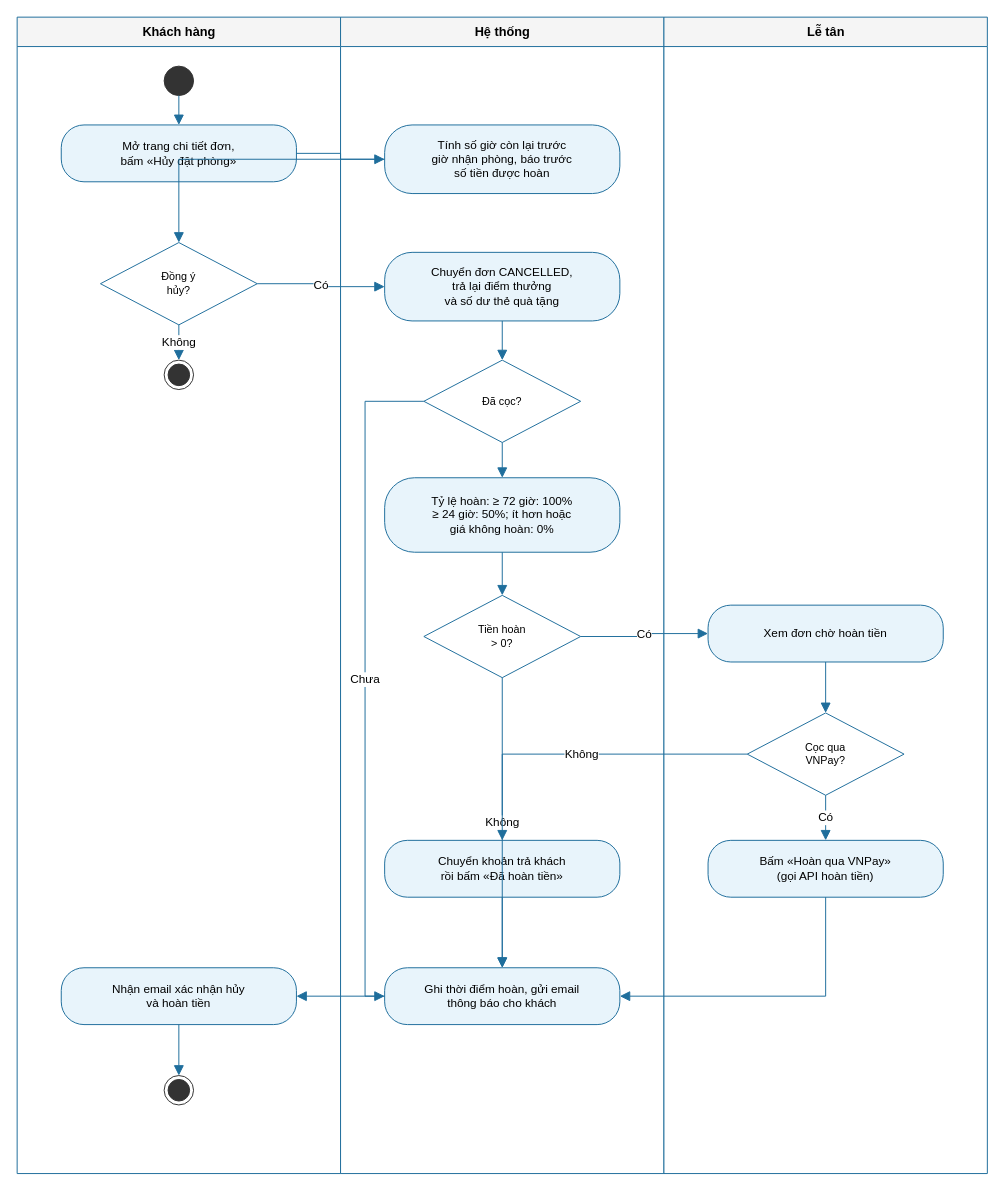
This is docs/thiet-ke/hd-huy-don-hoan-coc.drawio from ngynquchn2511/beach-hotel, a draw.io file, before an edit. Source tidied: cells renumbered, new cells numbered last; positions are measured from the earlier drawing's top-left corner, leaving out a move shared by most shapes. Both pictures are drawn from the tidied source at 98%, with x=0, y=0 at pixel (17, 17).
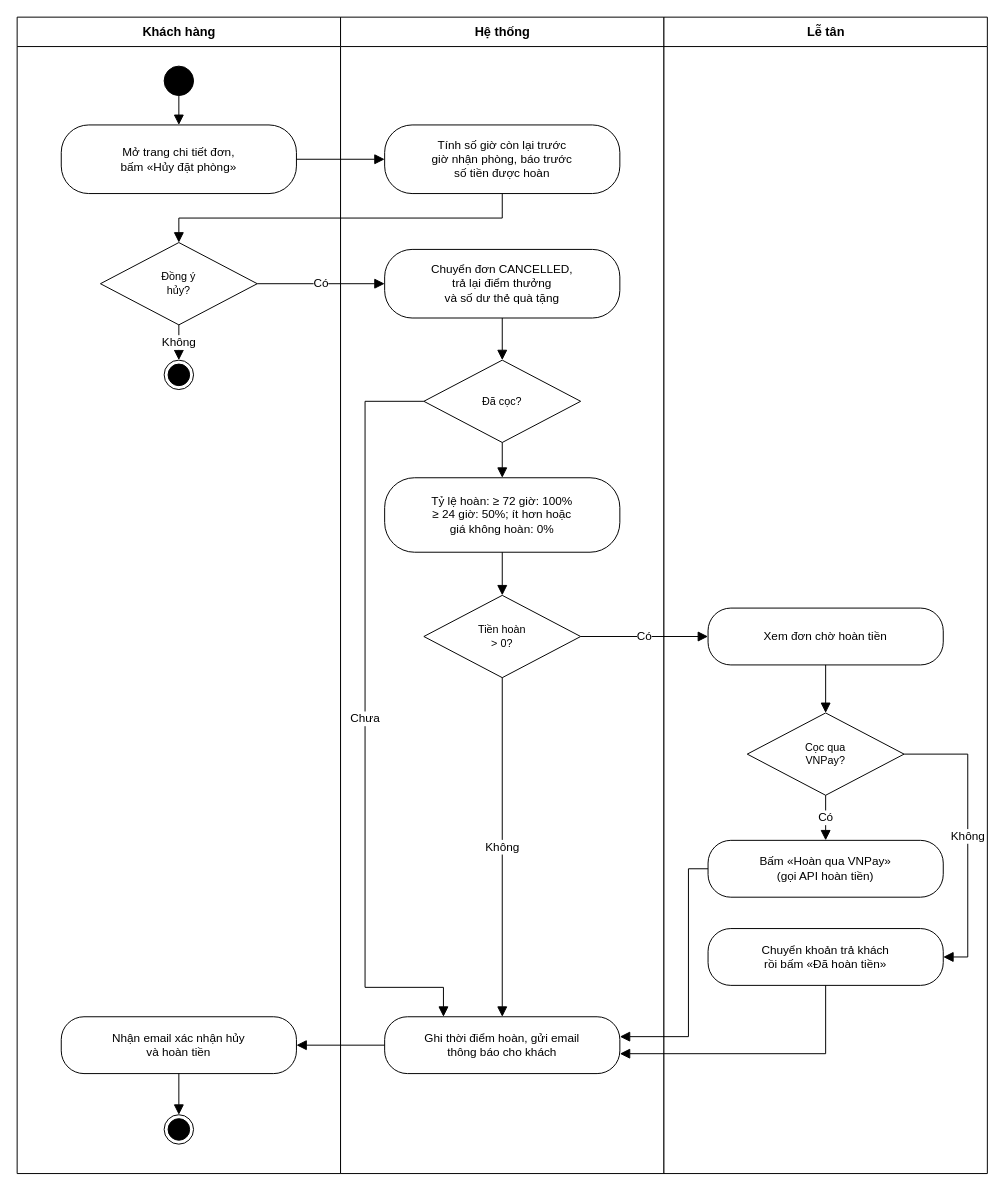
The same page after the edit.

What changed in the source:
```diff
@@
-    <mxCell id="2" value="Khách hàng" style="swimlane;horizontal=1;startSize=30;html=1;fillColor=#F5F5F5;strokeColor=#1F6E9C;fontSize=13;fontStyle=1;swimlaneFillColor=#FFFFFF;" parent="1" vertex="1">
+    <mxCell id="2" value="Khách hàng" style="swimlane;horizontal=1;startSize=30;html=1;fillColor=#FFFFFF;strokeColor=#000000;fontSize=13;fontStyle=1;swimlaneFillColor=#FFFFFF;" parent="1" vertex="1">
       <mxGeometry width="330" height="1180" as="geometry" />
     </mxCell>
-    <mxCell id="3" value="Hệ thống" style="swimlane;horizontal=1;startSize=30;html=1;fillColor=#F5F5F5;strokeColor=#1F6E9C;fontSize=13;fontStyle=1;swimlaneFillColor=#FFFFFF;" parent="1" vertex="1">
+    <mxCell id="3" value="Hệ thống" style="swimlane;horizontal=1;startSize=30;html=1;fillColor=#FFFFFF;strokeColor=#000000;fontSize=13;fontStyle=1;swimlaneFillColor=#FFFFFF;" parent="1" vertex="1">
       <mxGeometry x="330" width="330" height="1180" as="geometry" />
     </mxCell>
-    <mxCell id="4" value="Lễ tân" style="swimlane;horizontal=1;startSize=30;html=1;fillColor=#F5F5F5;strokeColor=#1F6E9C;fontSize=13;fontStyle=1;swimlaneFillColor=#FFFFFF;" parent="1" vertex="1">
+    <mxCell id="4" value="Lễ tân" style="swimlane;horizontal=1;startSize=30;html=1;fillColor=#FFFFFF;strokeColor=#000000;fontSize=13;fontStyle=1;swimlaneFillColor=#FFFFFF;" parent="1" vertex="1">
       <mxGeometry x="660" width="330" height="1180" as="geometry" />
     </mxCell>
-    <mxCell id="5" style="ellipse;html=1;fillColor=#333333;strokeColor=#333333;" parent="1" vertex="1">
+    <mxCell id="5" style="ellipse;html=1;fillColor=#000000;strokeColor=#000000;" parent="1" vertex="1">
       <mxGeometry x="150" y="50" width="30" height="30" as="geometry" />
     </mxCell>
-    <mxCell id="6" value="Mở trang chi tiết đơn,&lt;br&gt;bấm «Hủy đặt phòng»" style="rounded=1;whiteSpace=wrap;html=1;arcSize=40;fillColor=#E8F4FB;strokeColor=#1F6E9C;fontSize=12;" parent="1" vertex="1">
-      <mxGeometry x="45" y="110" width="240" height="58" as="geometry" />
+    <mxCell id="6" value="Mở trang chi tiết đơn,&lt;br&gt;bấm «Hủy đặt phòng»" style="rounded=1;whiteSpace=wrap;html=1;arcSize=40;fillColor=#FFFFFF;strokeColor=#000000;fontSize=12;" parent="1" vertex="1">
+      <mxGeometry x="45" y="110" width="240" height="70" as="geometry" />
     </mxCell>
-    <mxCell id="7" value="Tính số giờ còn lại trước&lt;br&gt;giờ nhận phòng, báo trước&lt;br&gt;số tiền được hoàn" style="rounded=1;whiteSpace=wrap;html=1;arcSize=40;fillColor=#E8F4FB;strokeColor=#1F6E9C;fontSize=12;" parent="1" vertex="1">
+    <mxCell id="7" value="Tính số giờ còn lại trước&lt;br&gt;giờ nhận phòng, báo trước&lt;br&gt;số tiền được hoàn" style="rounded=1;whiteSpace=wrap;html=1;arcSize=40;fillColor=#FFFFFF;strokeColor=#000000;fontSize=12;" parent="1" vertex="1">
       <mxGeometry x="375" y="110" width="240" height="70" as="geometry" />
     </mxCell>
-    <mxCell id="8" value="Đồng ý&lt;br&gt;hủy?" style="rhombus;whiteSpace=wrap;html=1;fillColor=#FFFFFF;strokeColor=#1F6E9C;fontSize=11;" parent="1" vertex="1">
+    <mxCell id="8" value="Đồng ý&lt;br&gt;hủy?" style="rhombus;whiteSpace=wrap;html=1;fillColor=#FFFFFF;strokeColor=#000000;fontSize=11;" parent="1" vertex="1">
       <mxGeometry x="85" y="230" width="160" height="84" as="geometry" />
     </mxCell>
-    <mxCell id="9" style="ellipse;html=1;shape=endState;fillColor=#333333;strokeColor=#333333;" parent="1" vertex="1">
+    <mxCell id="9" style="ellipse;html=1;shape=endState;fillColor=#000000;strokeColor=#000000;" parent="1" vertex="1">
       <mxGeometry x="150" y="350" width="30" height="30" as="geometry" />
     </mxCell>
-    <mxCell id="10" value="Chuyển đơn CANCELLED,&lt;br&gt;trả lại điểm thưởng&lt;br&gt;và số dư thẻ quà tặng" style="rounded=1;whiteSpace=wrap;html=1;arcSize=40;fillColor=#E8F4FB;strokeColor=#1F6E9C;fontSize=12;" parent="1" vertex="1">
-      <mxGeometry x="375" y="240" width="240" height="70" as="geometry" />
+    <mxCell id="10" value="Chuyển đơn CANCELLED,&lt;br&gt;trả lại điểm thưởng&lt;br&gt;và số dư thẻ quà tặng" style="rounded=1;whiteSpace=wrap;html=1;arcSize=40;fillColor=#FFFFFF;strokeColor=#000000;fontSize=12;" parent="1" vertex="1">
+      <mxGeometry x="375" y="237" width="240" height="70" as="geometry" />
     </mxCell>
-    <mxCell id="11" value="Đã cọc?" style="rhombus;whiteSpace=wrap;html=1;fillColor=#FFFFFF;strokeColor=#1F6E9C;fontSize=11;" parent="1" vertex="1">
+    <mxCell id="11" value="Đã cọc?" style="rhombus;whiteSpace=wrap;html=1;fillColor=#FFFFFF;strokeColor=#000000;fontSize=11;" parent="1" vertex="1">
       <mxGeometry x="415" y="350" width="160" height="84" as="geometry" />
     </mxCell>
-    <mxCell id="12" value="Tỷ lệ hoàn: ≥ 72 giờ: 100%&lt;br&gt;≥ 24 giờ: 50%; ít hơn hoặc&lt;br&gt;giá không hoàn: 0%" style="rounded=1;whiteSpace=wrap;html=1;arcSize=40;fillColor=#E8F4FB;strokeColor=#1F6E9C;fontSize=12;" parent="1" vertex="1">
+    <mxCell id="12" value="Tỷ lệ hoàn: ≥ 72 giờ: 100%&lt;br&gt;≥ 24 giờ: 50%; ít hơn hoặc&lt;br&gt;giá không hoàn: 0%" style="rounded=1;whiteSpace=wrap;html=1;arcSize=40;fillColor=#FFFFFF;strokeColor=#000000;fontSize=12;" parent="1" vertex="1">
       <mxGeometry x="375" y="470" width="240" height="76" as="geometry" />
     </mxCell>
-    <mxCell id="13" value="Tiền hoàn&lt;br&gt;&gt; 0?" style="rhombus;whiteSpace=wrap;html=1;fillColor=#FFFFFF;strokeColor=#1F6E9C;fontSize=11;" parent="1" vertex="1">
+    <mxCell id="13" value="Tiền hoàn&lt;br&gt;&gt; 0?" style="rhombus;whiteSpace=wrap;html=1;fillColor=#FFFFFF;strokeColor=#000000;fontSize=11;" parent="1" vertex="1">
       <mxGeometry x="415" y="590" width="160" height="84" as="geometry" />
     </mxCell>
-    <mxCell id="14" value="Xem đơn chờ hoàn tiền" style="rounded=1;whiteSpace=wrap;html=1;arcSize=40;fillColor=#E8F4FB;strokeColor=#1F6E9C;fontSize=12;" parent="1" vertex="1">
-      <mxGeometry x="705" y="600" width="240" height="58" as="geometry" />
+    <mxCell id="14" value="Xem đơn chờ hoàn tiền" style="rounded=1;whiteSpace=wrap;html=1;arcSize=40;fillColor=#FFFFFF;strokeColor=#000000;fontSize=12;" parent="1" vertex="1">
+      <mxGeometry x="705" y="603" width="240" height="58" as="geometry" />
     </mxCell>
-    <mxCell id="15" value="Cọc qua&lt;br&gt;VNPay?" style="rhombus;whiteSpace=wrap;html=1;fillColor=#FFFFFF;strokeColor=#1F6E9C;fontSize=11;" parent="1" vertex="1">
+    <mxCell id="15" value="Cọc qua&lt;br&gt;VNPay?" style="rhombus;whiteSpace=wrap;html=1;fillColor=#FFFFFF;strokeColor=#000000;fontSize=11;" parent="1" vertex="1">
       <mxGeometry x="745" y="710" width="160" height="84" as="geometry" />
     </mxCell>
-    <mxCell id="16" value="Bấm «Hoàn qua VNPay»&lt;br&gt;(gọi API hoàn tiền)" style="rounded=1;whiteSpace=wrap;html=1;arcSize=40;fillColor=#E8F4FB;strokeColor=#1F6E9C;fontSize=12;" parent="1" vertex="1">
+    <mxCell id="16" value="Bấm «Hoàn qua VNPay»&lt;br&gt;(gọi API hoàn tiền)" style="rounded=1;whiteSpace=wrap;html=1;arcSize=40;fillColor=#FFFFFF;strokeColor=#000000;fontSize=12;" parent="1" vertex="1">
       <mxGeometry x="705" y="840" width="240" height="58" as="geometry" />
     </mxCell>
-    <mxCell id="17" value="Chuyển khoản trả khách&lt;br&gt;rồi bấm «Đã hoàn tiền»" style="rounded=1;whiteSpace=wrap;html=1;arcSize=40;fillColor=#E8F4FB;strokeColor=#1F6E9C;fontSize=12;" parent="1" vertex="1">
-      <mxGeometry x="375" y="840" width="240" height="58" as="geometry" />
+    <mxCell id="17" value="Chuyển khoản trả khách&lt;br&gt;rồi bấm «Đã hoàn tiền»" style="rounded=1;whiteSpace=wrap;html=1;arcSize=40;fillColor=#FFFFFF;strokeColor=#000000;fontSize=12;" parent="1" vertex="1">
+      <mxGeometry x="705" y="930" width="240" height="58" as="geometry" />
     </mxCell>
-    <mxCell id="18" value="Ghi thời điểm hoàn, gửi email&lt;br&gt;thông báo cho khách" style="rounded=1;whiteSpace=wrap;html=1;arcSize=40;fillColor=#E8F4FB;strokeColor=#1F6E9C;fontSize=12;" parent="1" vertex="1">
-      <mxGeometry x="375" y="970" width="240" height="58" as="geometry" />
+    <mxCell id="18" value="Ghi thời điểm hoàn, gửi email&lt;br&gt;thông báo cho khách" style="rounded=1;whiteSpace=wrap;html=1;arcSize=40;fillColor=#FFFFFF;strokeColor=#000000;fontSize=12;" parent="1" vertex="1">
+      <mxGeometry x="375" y="1020" width="240" height="58" as="geometry" />
     </mxCell>
-    <mxCell id="19" value="Nhận email xác nhận hủy&lt;br&gt;và hoàn tiền" style="rounded=1;whiteSpace=wrap;html=1;arcSize=40;fillColor=#E8F4FB;strokeColor=#1F6E9C;fontSize=12;" parent="1" vertex="1">
-      <mxGeometry x="45" y="970" width="240" height="58" as="geometry" />
+    <mxCell id="19" value="Nhận email xác nhận hủy&lt;br&gt;và hoàn tiền" style="rounded=1;whiteSpace=wrap;html=1;arcSize=40;fillColor=#FFFFFF;strokeColor=#000000;fontSize=12;" parent="1" vertex="1">
+      <mxGeometry x="45" y="1020" width="240" height="58" as="geometry" />
     </mxCell>
-    <mxCell id="20" style="ellipse;html=1;shape=endState;fillColor=#333333;strokeColor=#333333;" parent="1" vertex="1">
-      <mxGeometry x="150" y="1080" width="30" height="30" as="geometry" />
+    <mxCell id="20" style="ellipse;html=1;shape=endState;fillColor=#000000;strokeColor=#000000;" parent="1" vertex="1">
+      <mxGeometry x="150" y="1120" width="30" height="30" as="geometry" />
     </mxCell>
-    <mxCell id="21" style="edgeStyle=orthogonalEdgeStyle;rounded=0;html=1;endArrow=block;endFill=1;endSize=8;strokeColor=#1F6E9C;fontSize=12;labelBackgroundColor=#FFFFFF;" parent="1" edge="1" source="5" target="6">
+    <mxCell id="21" style="edgeStyle=orthogonalEdgeStyle;rounded=0;html=1;endArrow=block;endFill=1;endSize=8;strokeColor=#000000;fontSize=12;labelBackgroundColor=#FFFFFF;" parent="1" edge="1" source="5" target="6">
       <mxGeometry relative="1" as="geometry" />
     </mxCell>
-    <mxCell id="22" style="edgeStyle=orthogonalEdgeStyle;rounded=0;html=1;endArrow=block;endFill=1;endSize=8;strokeColor=#1F6E9C;fontSize=12;labelBackgroundColor=#FFFFFF;" parent="1" edge="1" source="6" target="7">
+    <mxCell id="22" style="edgeStyle=orthogonalEdgeStyle;rounded=0;html=1;endArrow=block;endFill=1;endSize=8;strokeColor=#000000;fontSize=12;labelBackgroundColor=#FFFFFF;" parent="1" edge="1" source="6" target="7">
       <mxGeometry relative="1" as="geometry" />
     </mxCell>
-    <mxCell id="23" style="edgeStyle=orthogonalEdgeStyle;rounded=0;html=1;endArrow=block;endFill=1;endSize=8;strokeColor=#1F6E9C;fontSize=12;labelBackgroundColor=#FFFFFF;" parent="1" edge="1" source="7" target="8">
-      <mxGeometry relative="1" as="geometry" />
+    <mxCell id="23" style="edgeStyle=orthogonalEdgeStyle;rounded=0;html=1;endArrow=block;endFill=1;endSize=8;strokeColor=#000000;fontSize=12;labelBackgroundColor=#FFFFFF;exitX=0.5;exitY=1;entryX=0.5;entryY=0;" parent="1" edge="1" source="7" target="8">
+      <mxGeometry relative="1" as="geometry">
+        <Array as="points">
+          <mxPoint x="495" y="205" />
+          <mxPoint x="165" y="205" />
+        </Array>
+      </mxGeometry>
     </mxCell>
-    <mxCell id="24" style="edgeStyle=orthogonalEdgeStyle;rounded=0;html=1;endArrow=block;endFill=1;endSize=8;strokeColor=#1F6E9C;fontSize=12;labelBackgroundColor=#FFFFFF;" parent="1" edge="1" source="11" target="12">
+    <mxCell id="24" style="edgeStyle=orthogonalEdgeStyle;rounded=0;html=1;endArrow=block;endFill=1;endSize=8;strokeColor=#000000;fontSize=12;labelBackgroundColor=#FFFFFF;" parent="1" edge="1" source="11" target="12">
       <mxGeometry relative="1" as="geometry" />
     </mxCell>
-    <mxCell id="25" style="edgeStyle=orthogonalEdgeStyle;rounded=0;html=1;endArrow=block;endFill=1;endSize=8;strokeColor=#1F6E9C;fontSize=12;labelBackgroundColor=#FFFFFF;" parent="1" edge="1" source="12" target="13">
+    <mxCell id="25" style="edgeStyle=orthogonalEdgeStyle;rounded=0;html=1;endArrow=block;endFill=1;endSize=8;strokeColor=#000000;fontSize=12;labelBackgroundColor=#FFFFFF;" parent="1" edge="1" source="12" target="13">
       <mxGeometry relative="1" as="geometry" />
     </mxCell>
-    <mxCell id="26" style="edgeStyle=orthogonalEdgeStyle;rounded=0;html=1;endArrow=block;endFill=1;endSize=8;strokeColor=#1F6E9C;fontSize=12;labelBackgroundColor=#FFFFFF;" parent="1" edge="1" source="14" target="15">
+    <mxCell id="26" style="edgeStyle=orthogonalEdgeStyle;rounded=0;html=1;endArrow=block;endFill=1;endSize=8;strokeColor=#000000;fontSize=12;labelBackgroundColor=#FFFFFF;" parent="1" edge="1" source="14" target="15">
       <mxGeometry relative="1" as="geometry" />
     </mxCell>
-    <mxCell id="27" style="edgeStyle=orthogonalEdgeStyle;rounded=0;html=1;endArrow=block;endFill=1;endSize=8;strokeColor=#1F6E9C;fontSize=12;labelBackgroundColor=#FFFFFF;" parent="1" edge="1" source="18" target="19">
+    <mxCell id="27" style="edgeStyle=orthogonalEdgeStyle;rounded=0;html=1;endArrow=block;endFill=1;endSize=8;strokeColor=#000000;fontSize=12;labelBackgroundColor=#FFFFFF;exitX=0;exitY=0.5;entryX=1;entryY=0.5;" parent="1" edge="1" source="18" target="19">
       <mxGeometry relative="1" as="geometry" />
     </mxCell>
-    <mxCell id="28" style="edgeStyle=orthogonalEdgeStyle;rounded=0;html=1;endArrow=block;endFill=1;endSize=8;strokeColor=#1F6E9C;fontSize=12;labelBackgroundColor=#FFFFFF;" parent="1" edge="1" source="19" target="20">
+    <mxCell id="28" style="edgeStyle=orthogonalEdgeStyle;rounded=0;html=1;endArrow=block;endFill=1;endSize=8;strokeColor=#000000;fontSize=12;labelBackgroundColor=#FFFFFF;" parent="1" edge="1" source="19" target="20">
       <mxGeometry relative="1" as="geometry" />
     </mxCell>
-    <mxCell id="29" value="Không" style="edgeStyle=orthogonalEdgeStyle;rounded=0;html=1;endArrow=block;endFill=1;endSize=8;strokeColor=#1F6E9C;fontSize=12;labelBackgroundColor=#FFFFFF;" parent="1" edge="1" source="8" target="9">
+    <mxCell id="29" value="Không" style="edgeStyle=orthogonalEdgeStyle;rounded=0;html=1;endArrow=block;endFill=1;endSize=8;strokeColor=#000000;fontSize=12;labelBackgroundColor=#FFFFFF;" parent="1" edge="1" source="8" target="9">
       <mxGeometry relative="1" as="geometry" />
     </mxCell>
-    <mxCell id="30" value="Có" style="edgeStyle=orthogonalEdgeStyle;rounded=0;html=1;endArrow=block;endFill=1;endSize=8;strokeColor=#1F6E9C;fontSize=12;labelBackgroundColor=#FFFFFF;" parent="1" edge="1" source="8" target="10">
+    <mxCell id="30" value="Có" style="edgeStyle=orthogonalEdgeStyle;rounded=0;html=1;endArrow=block;endFill=1;endSize=8;strokeColor=#000000;fontSize=12;labelBackgroundColor=#FFFFFF;exitX=1;exitY=0.5;entryX=0;entryY=0.5;" parent="1" edge="1" source="8" target="10">
       <mxGeometry relative="1" as="geometry" />
     </mxCell>
-    <mxCell id="31" style="edgeStyle=orthogonalEdgeStyle;rounded=0;html=1;endArrow=block;endFill=1;endSize=8;strokeColor=#1F6E9C;fontSize=12;labelBackgroundColor=#FFFFFF;" parent="1" edge="1" source="10" target="11">
+    <mxCell id="31" style="edgeStyle=orthogonalEdgeStyle;rounded=0;html=1;endArrow=block;endFill=1;endSize=8;strokeColor=#000000;fontSize=12;labelBackgroundColor=#FFFFFF;" parent="1" edge="1" source="10" target="11">
       <mxGeometry relative="1" as="geometry" />
     </mxCell>
-    <mxCell id="32" value="Chưa" style="edgeStyle=orthogonalEdgeStyle;rounded=0;html=1;endArrow=block;endFill=1;endSize=8;strokeColor=#1F6E9C;fontSize=12;labelBackgroundColor=#FFFFFF;exitX=0;exitY=0.5;exitDx=0;exitDy=0;entryX=0;entryY=0.5;entryDx=0;entryDy=0;" parent="1" edge="1" source="11" target="18">
+    <mxCell id="32" value="Chưa" style="edgeStyle=orthogonalEdgeStyle;rounded=0;html=1;endArrow=block;endFill=1;endSize=8;strokeColor=#000000;fontSize=12;labelBackgroundColor=#FFFFFF;exitX=0;exitY=0.5;exitDx=0;exitDy=0;entryX=0.25;entryY=0;entryDx=0;entryDy=0;" parent="1" edge="1" source="11" target="18">
       <mxGeometry relative="1" as="geometry">
         <Array as="points">
           <mxPoint x="355" y="392" />
-          <mxPoint x="355" y="999" />
+          <mxPoint x="355" y="990" />
+          <mxPoint x="435" y="990" />
         </Array>
       </mxGeometry>
     </mxCell>
-    <mxCell id="33" value="Có" style="edgeStyle=orthogonalEdgeStyle;rounded=0;html=1;endArrow=block;endFill=1;endSize=8;strokeColor=#1F6E9C;fontSize=12;labelBackgroundColor=#FFFFFF;" parent="1" edge="1" source="13" target="14">
+    <mxCell id="33" value="Có" style="edgeStyle=orthogonalEdgeStyle;rounded=0;html=1;endArrow=block;endFill=1;endSize=8;strokeColor=#000000;fontSize=12;labelBackgroundColor=#FFFFFF;" parent="1" edge="1" source="13" target="14">
       <mxGeometry relative="1" as="geometry" />
     </mxCell>
-    <mxCell id="34" value="Không" style="edgeStyle=orthogonalEdgeStyle;rounded=0;html=1;endArrow=block;endFill=1;endSize=8;strokeColor=#1F6E9C;fontSize=12;labelBackgroundColor=#FFFFFF;exitX=0.5;exitY=1;exitDx=0;exitDy=0;entryX=0.5;entryY=0;entryDx=0;entryDy=0;" parent="1" edge="1" source="13" target="18">
+    <mxCell id="34" value="Không" style="edgeStyle=orthogonalEdgeStyle;rounded=0;html=1;endArrow=block;endFill=1;endSize=8;strokeColor=#000000;fontSize=12;labelBackgroundColor=#FFFFFF;exitX=0.5;exitY=1;exitDx=0;exitDy=0;entryX=0.5;entryY=0;entryDx=0;entryDy=0;" parent="1" edge="1" source="13" target="18">
       <mxGeometry relative="1" as="geometry" />
     </mxCell>
-    <mxCell id="35" value="Có" style="edgeStyle=orthogonalEdgeStyle;rounded=0;html=1;endArrow=block;endFill=1;endSize=8;strokeColor=#1F6E9C;fontSize=12;labelBackgroundColor=#FFFFFF;" parent="1" edge="1" source="15" target="16">
+    <mxCell id="35" value="Có" style="edgeStyle=orthogonalEdgeStyle;rounded=0;html=1;endArrow=block;endFill=1;endSize=8;strokeColor=#000000;fontSize=12;labelBackgroundColor=#FFFFFF;exitX=0.5;exitY=1;entryX=0.5;entryY=0;" parent="1" edge="1" source="15" target="16">
       <mxGeometry relative="1" as="geometry" />
     </mxCell>
-    <mxCell id="36" value="Không" style="edgeStyle=orthogonalEdgeStyle;rounded=0;html=1;endArrow=block;endFill=1;endSize=8;strokeColor=#1F6E9C;fontSize=12;labelBackgroundColor=#FFFFFF;" parent="1" edge="1" source="15" target="17">
-      <mxGeometry relative="1" as="geometry" />
+    <mxCell id="36" value="Không" style="edgeStyle=orthogonalEdgeStyle;rounded=0;html=1;endArrow=block;endFill=1;endSize=8;strokeColor=#000000;fontSize=12;labelBackgroundColor=#FFFFFF;exitX=1;exitY=0.5;entryX=1;entryY=0.5;" parent="1" edge="1" source="15" target="17">
+      <mxGeometry relative="1" as="geometry">
+        <Array as="points">
+          <mxPoint x="970" y="752" />
+          <mxPoint x="970" y="959" />
+        </Array>
+      </mxGeometry>
     </mxCell>
-    <mxCell id="37" style="edgeStyle=orthogonalEdgeStyle;rounded=0;html=1;endArrow=block;endFill=1;endSize=8;strokeColor=#1F6E9C;fontSize=12;labelBackgroundColor=#FFFFFF;exitX=0.5;exitY=1;exitDx=0;exitDy=0;entryX=1;entryY=0.5;entryDx=0;entryDy=0;" parent="1" edge="1" source="16" target="18">
-      <mxGeometry relative="1" as="geometry" />
+    <mxCell id="37" style="edgeStyle=orthogonalEdgeStyle;rounded=0;html=1;endArrow=block;endFill=1;endSize=8;strokeColor=#000000;fontSize=12;labelBackgroundColor=#FFFFFF;exitX=0;exitY=0.5;exitDx=0;exitDy=0;entryX=1;entryY=0.35;entryDx=0;entryDy=0;" parent="1" edge="1" source="16" target="18">
+      <mxGeometry relative="1" as="geometry">
+        <Array as="points">
+          <mxPoint x="685" y="869" />
+          <mxPoint x="685" y="1040" />
+        </Array>
+      </mxGeometry>
     </mxCell>
-    <mxCell id="38" style="edgeStyle=orthogonalEdgeStyle;rounded=0;html=1;endArrow=block;endFill=1;endSize=8;strokeColor=#1F6E9C;fontSize=12;labelBackgroundColor=#FFFFFF;" parent="1" edge="1" source="17" target="18">
-      <mxGeometry relative="1" as="geometry" />
+    <mxCell id="38" style="edgeStyle=orthogonalEdgeStyle;rounded=0;html=1;endArrow=block;endFill=1;endSize=8;strokeColor=#000000;fontSize=12;labelBackgroundColor=#FFFFFF;exitX=0.5;exitY=1;entryX=1;entryY=0.65;" parent="1" edge="1" source="17" target="18">
+      <mxGeometry relative="1" as="geometry">
+        <Array as="points">
+          <mxPoint x="825" y="1058" />
+        </Array>
+      </mxGeometry>
     </mxCell>
```
